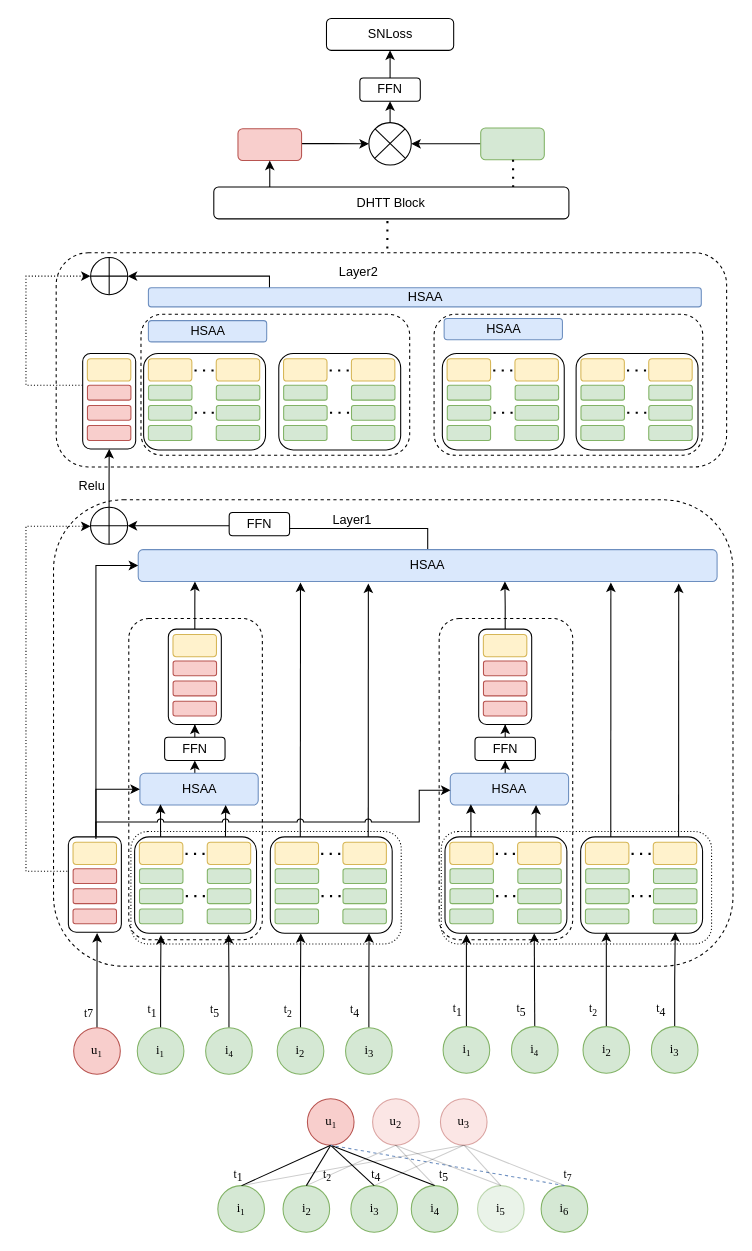
The draw.io diagram MyGNN.drawio in ZYNsama666/BackUp, before the edit. Source tidied: cells renumbered, new cells numbered last; positions are measured from the earlier drawing's top-left corner, leaving out a move shared by most shapes. Both pictures are drawn from the tidied source at 106%, with x=0, y=0 at pixel (25, 18).
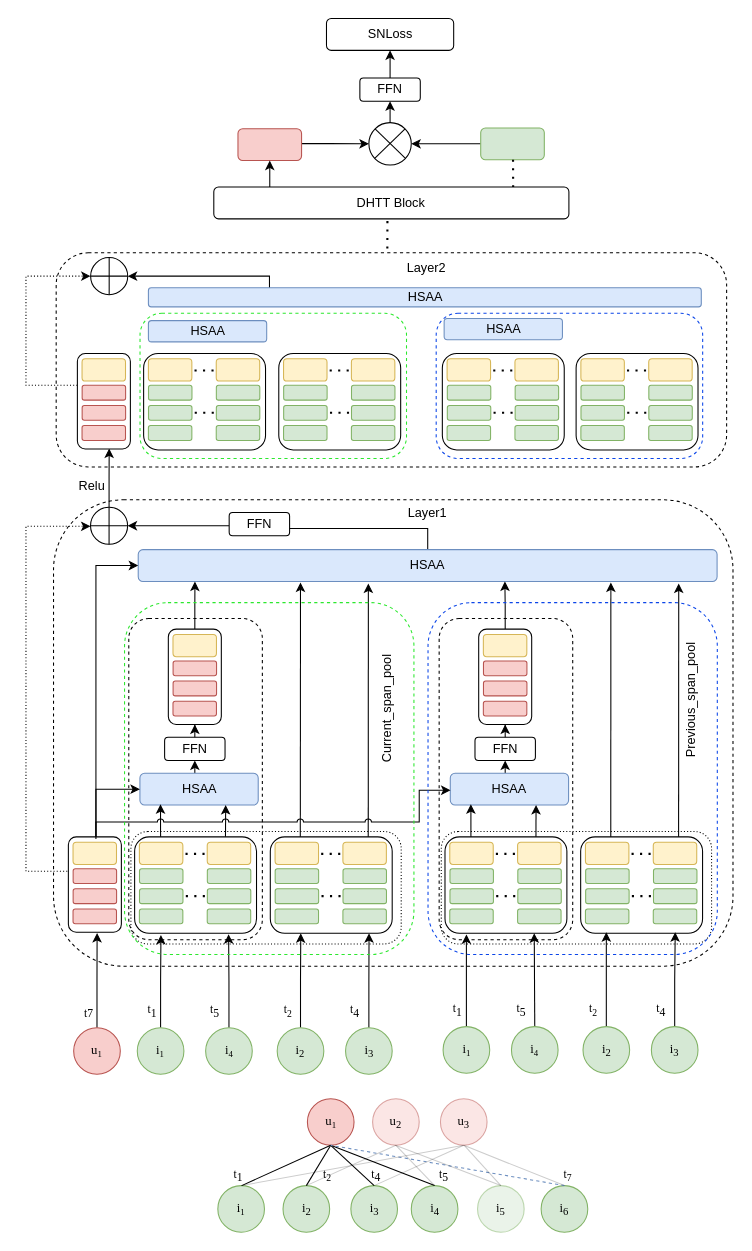
Above is the later version.

The change refers to these unchanged cells:
```xml
<mxCell id="33" style="ellipse;whiteSpace=wrap;html=1;" parent="1" vertex="1">
  <mxGeometry x="60.9" y="461" width="35" height="35" as="geometry" />
</mxCell>
```

Diff of the diagram source:
```diff
@@
-    <mxCell id="32" style="edgeStyle=orthogonalEdgeStyle;rounded=0;jettySize=auto;html=1;entryX=0.5;entryY=1;entryDx=0;entryDy=0;" parent="1" edge="1" source="33" target="37">
+    <mxCell id="32" style="edgeStyle=orthogonalEdgeStyle;rounded=0;jettySize=auto;html=1;entryX=0.6;entryY=0.995;entryDx=0;entryDy=0;entryPerimeter=0;" parent="1" edge="1" source="33" target="37">
       <mxGeometry relative="1" as="geometry" />
     </mxCell>
@@
     <mxCell id="37" style="rounded=1;whiteSpace=wrap;html=1;" parent="1" vertex="1">
-      <mxGeometry x="53.5" y="316" width="50" height="90" as="geometry" />
+      <mxGeometry x="48.5" y="316" width="50" height="90" as="geometry" />
     </mxCell>
     <mxCell id="38" style="rounded=1;whiteSpace=wrap;html=1;fillColor=#f8cecc;strokeColor=#b85450;" parent="1" vertex="1">
-      <mxGeometry x="57.9" y="384" width="41" height="14" as="geometry" />
+      <mxGeometry x="52.9" y="384" width="41" height="14" as="geometry" />
     </mxCell>
     <mxCell id="39" style="rounded=1;whiteSpace=wrap;html=1;fillColor=#fff2cc;strokeColor=#d6b656;" parent="1" vertex="1">
-      <mxGeometry x="57.9" y="321" width="41" height="21" as="geometry" />
+      <mxGeometry x="52.9" y="321" width="41" height="21" as="geometry" />
     </mxCell>
     <mxCell id="40" value="Layer1" style="text;html=1;strokeColor=none;fillColor=none;align=center;verticalAlign=middle;whiteSpace=wrap;rounded=0;rotation=0;" parent="1" vertex="1">
-      <mxGeometry x="278" y="458" width="60" height="30" as="geometry" />
+      <mxGeometry x="348.9" y="452" width="60" height="30" as="geometry" />
     </mxCell>
     <mxCell id="41" value="Layer2" style="text;html=1;strokeColor=none;fillColor=none;align=center;verticalAlign=middle;whiteSpace=wrap;rounded=0;" parent="1" vertex="1">
-      <mxGeometry x="284" y="224" width="60" height="30" as="geometry" />
+      <mxGeometry x="347.5" y="221" width="60" height="30" as="geometry" />
     </mxCell>
@@
     <mxCell id="98" style="rounded=1;whiteSpace=wrap;html=1;fillColor=#f8cecc;strokeColor=#b85450;" parent="1" vertex="1">
-      <mxGeometry x="58" y="365" width="41" height="14" as="geometry" />
+      <mxGeometry x="53" y="365" width="41" height="14" as="geometry" />
     </mxCell>
     <mxCell id="99" style="rounded=1;whiteSpace=wrap;html=1;fillColor=#f8cecc;strokeColor=#b85450;" parent="1" vertex="1">
-      <mxGeometry x="58" y="346" width="41" height="14" as="geometry" />
+      <mxGeometry x="53" y="346" width="41" height="14" as="geometry" />
     </mxCell>
@@
-    <mxCell id="141" style="rounded=1;whiteSpace=wrap;html=1;fillColor=none;dashed=1;" parent="1" vertex="1">
-      <mxGeometry x="108.5" y="279" width="253.5" height="133" as="geometry" />
-    </mxCell>
-    <mxCell id="142" style="rounded=1;whiteSpace=wrap;html=1;fillColor=none;dashed=1;" parent="1" vertex="1">
-      <mxGeometry x="385" y="279" width="253.5" height="133" as="geometry" />
-    </mxCell>
@@
+    <mxCell id="227" style="rounded=1;whiteSpace=wrap;html=1;dashed=1;fillColor=none;strokeColor=#2ce82f;" parent="1" vertex="1">
+      <mxGeometry x="93" y="551" width="273" height="332" as="geometry" />
+    </mxCell>
+    <mxCell id="228" value="Current_span_pool" style="text;html=1;strokeColor=none;fillColor=none;align=center;verticalAlign=middle;whiteSpace=wrap;rounded=0;rotation=-90;" parent="1" vertex="1">
+      <mxGeometry x="311" y="636" width="60" height="30" as="geometry" />
+    </mxCell>
+    <mxCell id="229" style="rounded=1;whiteSpace=wrap;html=1;dashed=1;fillColor=none;strokeColor=#0C46E8;" parent="1" vertex="1">
+      <mxGeometry x="379.3" y="551" width="272.9" height="332" as="geometry" />
+    </mxCell>
+    <mxCell id="230" value="Previous_span_pool" style="text;html=1;strokeColor=none;fillColor=none;align=center;verticalAlign=middle;whiteSpace=wrap;rounded=0;rotation=-90;" parent="1" vertex="1">
+      <mxGeometry x="598" y="628" width="60" height="30" as="geometry" />
+    </mxCell>
+    <mxCell id="231" style="rounded=1;whiteSpace=wrap;html=1;dashed=1;fillColor=none;strokeColor=#2ce82f;" parent="1" vertex="1">
+      <mxGeometry x="107.6" y="278" width="251.4" height="137" as="geometry" />
+    </mxCell>
+    <mxCell id="232" style="rounded=1;whiteSpace=wrap;html=1;dashed=1;fillColor=none;strokeColor=#0c46e8;" parent="1" vertex="1">
+      <mxGeometry x="387" y="278" width="251.4" height="137" as="geometry" />
+    </mxCell>
```
